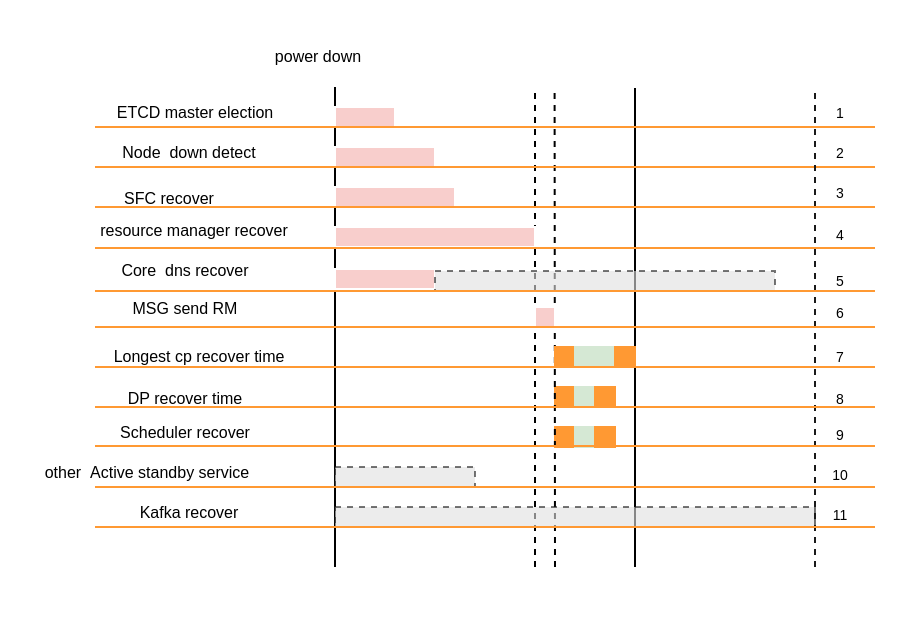
This is page "Page-5" (4 of 4) of resilience.drawio from zhangwm1987/mydraw_io, a draw.io file, before an edit. Source tidied: cells renumbered, new cells numbered last; positions are measured from the earlier drawing's top-left corner, leaving out a move shared by most shapes. Both pictures are drawn from the tidied source at 200%, with x=0, y=0 at pixel (34, 34).
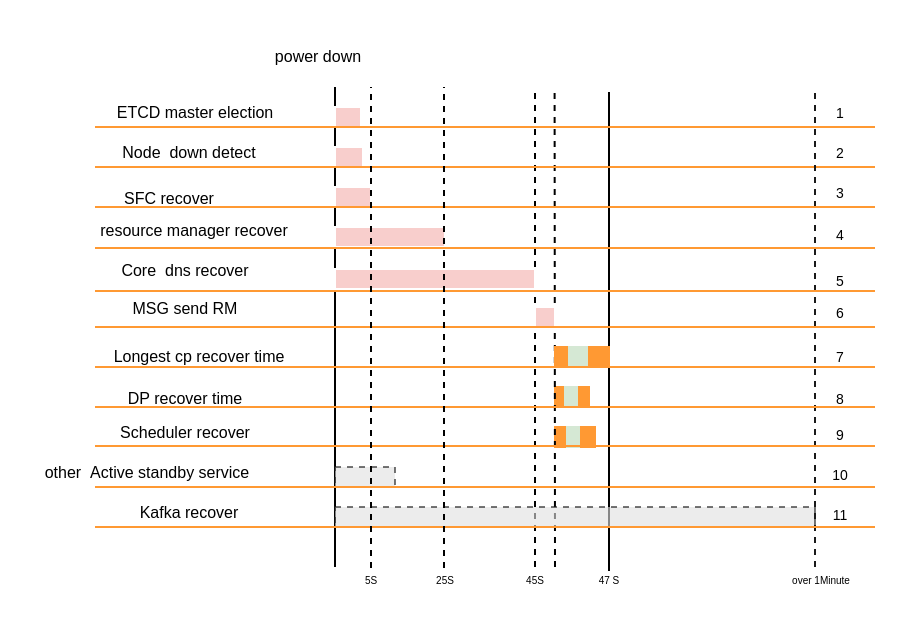
The same diagram, later.

Diff of the diagram source:
```diff
@@
     <mxCell id="3" style="rounded=0;whiteSpace=wrap;html=1;fillColor=#f8cecc;strokeColor=#FFFFFF;" parent="1" vertex="1">
-      <mxGeometry x="150" y="56" width="50" height="10" as="geometry" />
+      <mxGeometry x="150" y="56" width="14" height="10" as="geometry" />
     </mxCell>
@@
     <mxCell id="12" style="endArrow=none;html=1;" parent="1" edge="1">
       <mxGeometry relative="1" as="geometry">
-        <mxPoint x="300" y="266" as="sourcePoint" />
-        <mxPoint x="300" y="26.5" as="targetPoint" />
+        <mxPoint x="287" y="268" as="sourcePoint" />
+        <mxPoint x="287" y="28.5" as="targetPoint" />
       </mxGeometry>
     </mxCell>
@@
     <mxCell id="17" style="rounded=0;whiteSpace=wrap;html=1;fillColor=#f8cecc;strokeColor=#FFFFFF;" parent="1" vertex="1">
-      <mxGeometry x="150" y="36" width="30" height="10" as="geometry" />
+      <mxGeometry x="150" y="36" width="13" height="10" as="geometry" />
     </mxCell>
     <mxCell id="18" style="rounded=0;whiteSpace=wrap;html=1;fillColor=#d5e8d4;strokeColor=#D5E8D4;" parent="1" vertex="1">
-      <mxGeometry x="270" y="176" width="10" height="10" as="geometry" />
+      <mxGeometry x="265" y="176" width="11" height="10" as="geometry" />
     </mxCell>
     <mxCell id="19" style="rounded=0;whiteSpace=wrap;html=1;fillColor=#FF9933;strokeColor=#FF9933;" parent="1" vertex="1">
-      <mxGeometry x="280" y="176" width="10" height="10" as="geometry" />
+      <mxGeometry x="272" y="176" width="5" height="10" as="geometry" />
     </mxCell>
     <mxCell id="20" style="rounded=0;whiteSpace=wrap;html=1;fillColor=#FF9933;strokeColor=#FF9933;" parent="1" vertex="1">
-      <mxGeometry x="260" y="156" width="10" height="10" as="geometry" />
+      <mxGeometry x="260" y="156" width="6" height="10" as="geometry" />
     </mxCell>
     <mxCell id="21" style="rounded=0;whiteSpace=wrap;html=1;fillColor=#d5e8d4;strokeColor=#D5E8D4;" parent="1" vertex="1">
-      <mxGeometry x="270" y="156" width="20" height="10" as="geometry" />
+      <mxGeometry x="267" y="156" width="10" height="10" as="geometry" />
     </mxCell>
     <mxCell id="22" style="rounded=0;whiteSpace=wrap;html=1;fillColor=#FF9933;strokeColor=#FF9933;" parent="1" vertex="1">
-      <mxGeometry x="290" y="156" width="10" height="10" as="geometry" />
+      <mxGeometry x="277" y="156" width="10" height="10" as="geometry" />
     </mxCell>
     <mxCell id="23" style="rounded=0;whiteSpace=wrap;html=1;fillColor=#d5e8d4;strokeColor=#D5E8D4;" parent="1" vertex="1">
-      <mxGeometry x="270" y="196" width="10" height="10" as="geometry" />
+      <mxGeometry x="266" y="196" width="14" height="10" as="geometry" />
     </mxCell>
     <mxCell id="24" style="rounded=0;whiteSpace=wrap;html=1;fillColor=#FF9933;strokeColor=#FF9933;" parent="1" vertex="1">
-      <mxGeometry x="280" y="196" width="10" height="10" as="geometry" />
+      <mxGeometry x="273" y="196" width="7" height="10" as="geometry" />
     </mxCell>
@@
     <mxCell id="28" style="rounded=0;whiteSpace=wrap;html=1;fillColor=#f8cecc;strokeColor=#FFFFFF;" parent="1" vertex="1">
-      <mxGeometry x="150" y="76" width="60" height="10" as="geometry" />
+      <mxGeometry x="150" y="76" width="18" height="10" as="geometry" />
     </mxCell>
     <mxCell id="29" style="rounded=0;whiteSpace=wrap;html=1;fillColor=#f8cecc;strokeColor=#FFFFFF;" parent="1" vertex="1">
-      <mxGeometry x="150" y="96" width="100" height="10" as="geometry" />
+      <mxGeometry x="150" y="96" width="55" height="10" as="geometry" />
     </mxCell>
@@
     <mxCell id="31" style="rounded=0;whiteSpace=wrap;html=1;fillColor=#f8cecc;strokeColor=#FFFFFF;" parent="1" vertex="1">
-      <mxGeometry x="150" y="117" width="50" height="10" as="geometry" />
+      <mxGeometry x="150" y="117" width="100" height="10" as="geometry" />
     </mxCell>
@@
     <mxCell id="35" style="rounded=0;whiteSpace=wrap;html=1;fillColor=#E0E0E0;strokeColor=#1A1A1A;opacity=60;dashed=1;" parent="1" vertex="1">
-      <mxGeometry x="150" y="216" width="70" height="10" as="geometry" />
+      <mxGeometry x="150" y="216" width="30" height="10" as="geometry" />
     </mxCell>
-    <mxCell id="36" style="rounded=0;whiteSpace=wrap;html=1;fillColor=#E0E0E0;strokeColor=#1A1A1A;opacity=60;dashed=1;" parent="1" vertex="1">
-      <mxGeometry x="200" y="118" width="170" height="10" as="geometry" />
-    </mxCell>
@@
+    <mxCell id="59" style="endArrow=none;dashed=1;html=1;" parent="1" edge="1">
+      <mxGeometry relative="1" as="geometry">
+        <mxPoint x="204.5" y="266.5" as="sourcePoint" />
+        <mxPoint x="204.5" y="26" as="targetPoint" />
+      </mxGeometry>
+    </mxCell>
+    <mxCell id="60" value="&lt;span style=&quot;font-size: 5px&quot;&gt;5S&lt;/span&gt;" style="text;html=1;strokeColor=none;fillColor=none;align=center;verticalAlign=middle;whiteSpace=wrap;rounded=0;" parent="1" vertex="1">
+      <mxGeometry x="161.5" y="268" width="13" height="6" as="geometry" />
+    </mxCell>
+    <mxCell id="61" style="endArrow=none;dashed=1;html=1;" parent="1" edge="1">
+      <mxGeometry relative="1" as="geometry">
+        <mxPoint x="168" y="266.5" as="sourcePoint" />
+        <mxPoint x="168" y="26" as="targetPoint" />
+      </mxGeometry>
+    </mxCell>
+    <mxCell id="62" value="&lt;span style=&quot;font-size: 5px&quot;&gt;25S&lt;/span&gt;" style="text;html=1;strokeColor=none;fillColor=none;align=center;verticalAlign=middle;whiteSpace=wrap;rounded=0;" parent="1" vertex="1">
+      <mxGeometry x="198.5" y="268" width="13" height="6" as="geometry" />
+    </mxCell>
+    <mxCell id="63" value="&lt;span style=&quot;font-size: 5px&quot;&gt;45S&lt;/span&gt;" style="text;html=1;strokeColor=none;fillColor=none;align=center;verticalAlign=middle;whiteSpace=wrap;rounded=0;" parent="1" vertex="1">
+      <mxGeometry x="243.5" y="268" width="13" height="6" as="geometry" />
+    </mxCell>
+    <mxCell id="64" value="&lt;span style=&quot;font-size: 5px&quot;&gt;47 S&lt;/span&gt;" style="text;html=1;strokeColor=none;fillColor=none;align=center;verticalAlign=middle;whiteSpace=wrap;rounded=0;" parent="1" vertex="1">
+      <mxGeometry x="277" y="268" width="21" height="6" as="geometry" />
+    </mxCell>
+    <mxCell id="65" value="&lt;span style=&quot;font-size: 5px&quot;&gt;over 1Minute&lt;/span&gt;" style="text;html=1;strokeColor=none;fillColor=none;align=center;verticalAlign=middle;whiteSpace=wrap;rounded=0;" parent="1" vertex="1">
+      <mxGeometry x="376" y="268" width="35" height="6" as="geometry" />
+    </mxCell>
```
